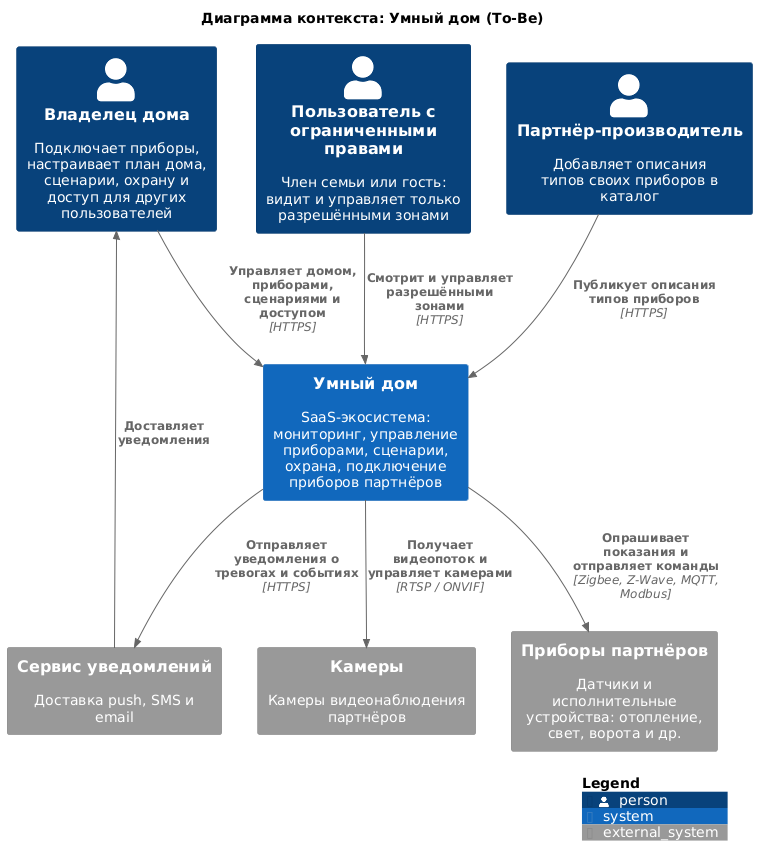
Before: diagrams/c4-context.png, a diagram exported from PlantUML (Lyamin-av/architecture-warmhouse).
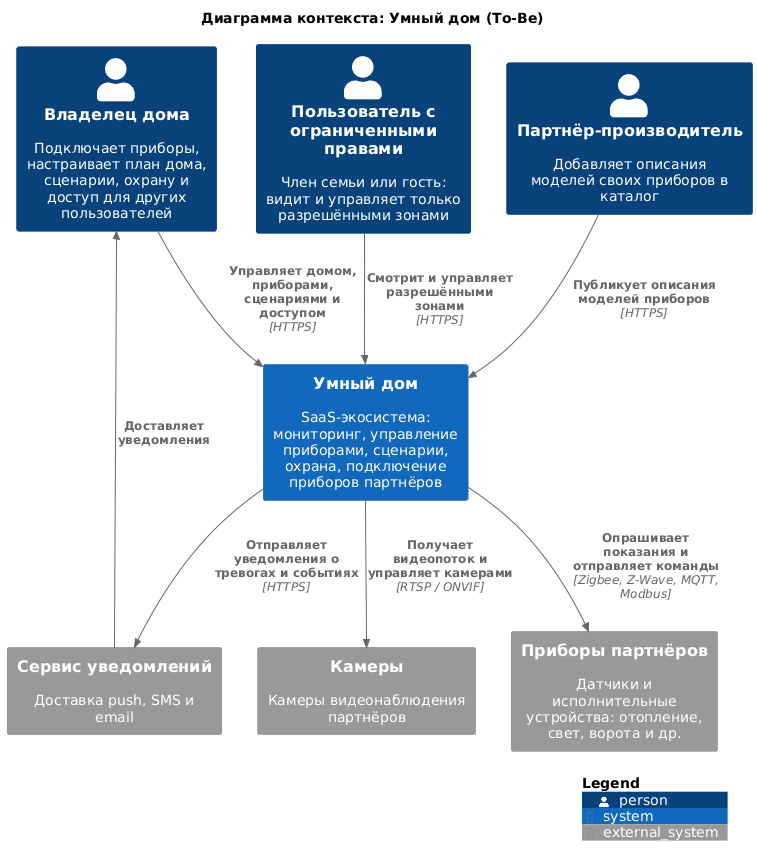
The same file after the commit.

Change to the diagram source:
```diff
@@ -5,7 +5,7 @@
 
 Person(homeowner, "Владелец дома", "Подключает приборы, настраивает план дома, сценарии, охрану и доступ для других пользователей")
 Person(member, "Пользователь с ограниченными правами", "Член семьи или гость: видит и управляет только разрешёнными зонами")
-Person(partner, "Партнёр-производитель", "Добавляет описания типов своих приборов в каталог")
+Person(partner, "Партнёр-производитель", "Добавляет описания моделей своих приборов в каталог")
 
 System(warmhouse, "Умный дом", "SaaS-экосистема: мониторинг, управление приборами, сценарии, охрана, подключение приборов партнёров")
 
@@ -15,7 +15,7 @@
 
 Rel(homeowner, warmhouse, "Управляет домом, приборами, сценариями и доступом", "HTTPS")
 Rel(member, warmhouse, "Смотрит и управляет разрешёнными зонами", "HTTPS")
-Rel(partner, warmhouse, "Публикует описания типов приборов", "HTTPS")
+Rel(partner, warmhouse, "Публикует описания моделей приборов", "HTTPS")
 
 Rel(warmhouse, devices, "Опрашивает показания и отправляет команды", "Zigbee, Z-Wave, MQTT, Modbus")
 Rel(warmhouse, cameras, "Получает видеопоток и управляет камерами", "RTSP / ONVIF")
```
